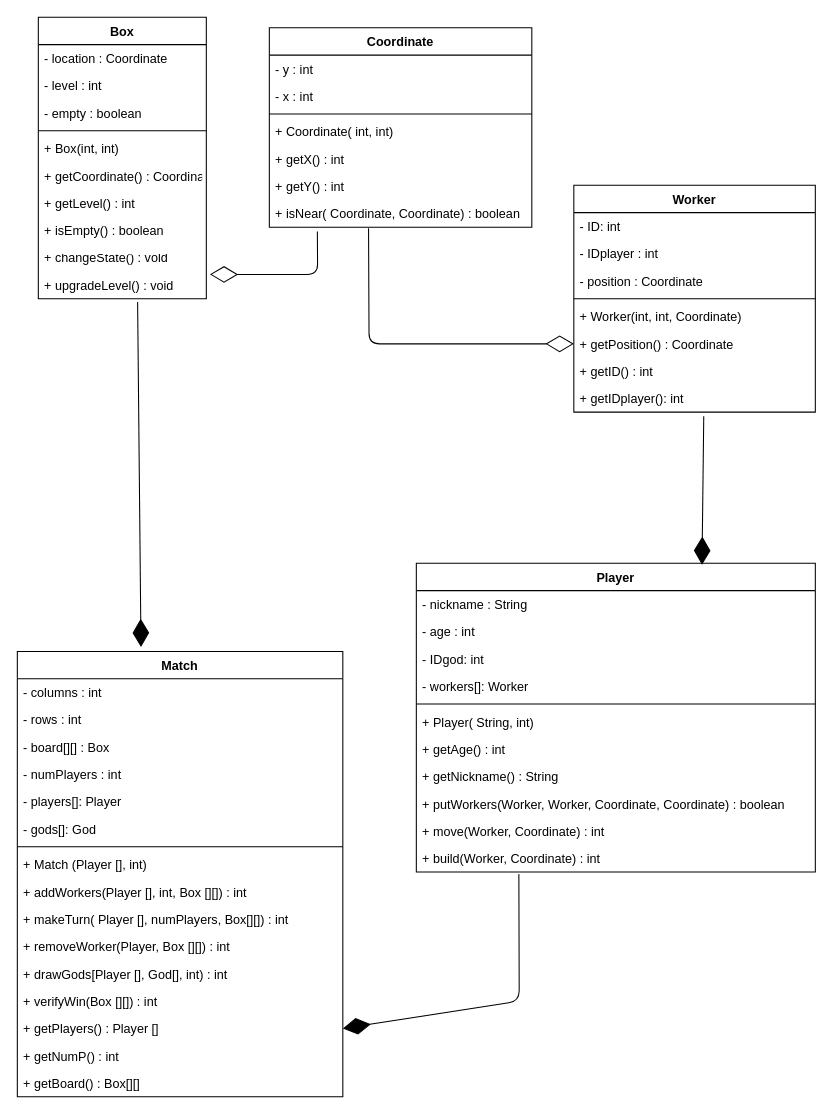
Earlier version of the draw.io diagram UMLproject.drawio (MancoCarlo/MultiplayerGame_Santorini). Source tidied: cells renumbered, new cells numbered last; positions are measured from the earlier drawing's top-left corner, leaving out a move shared by most shapes. Both pictures are drawn from the tidied source at 105%, with x=0, y=0 at pixel (17, 17).
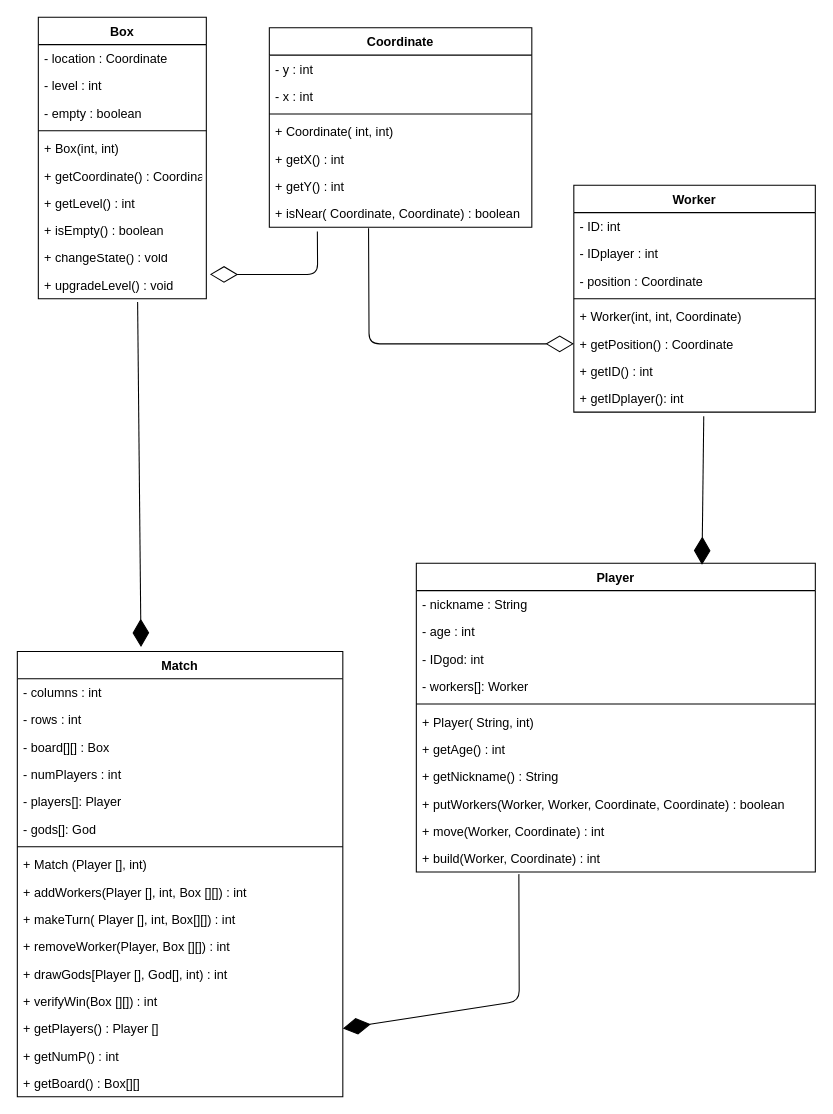
Above is the later version.

Commit message:
Update UML model

Unchanged cells that the change refers to:
```xml
<mxCell id="35" value="Match" style="swimlane;fontStyle=1;align=center;verticalAlign=top;horizontal=1;startSize=26;fillColor=none;" parent="1" vertex="1">
  <mxGeometry y="604" width="310" height="424" as="geometry" />
</mxCell>
```

Diff of the diagram source:
```diff
@@
-    <mxCell id="45" value="+ makeTurn( Player [], numPlayers, Box[][]) : int  " style="text;strokeColor=none;fillColor=none;align=left;verticalAlign=top;spacingLeft=4;spacingRight=4;overflow=hidden;" parent="35" vertex="1">
+    <mxCell id="45" value="+ makeTurn( Player [], int, Box[][]) : int  " style="text;strokeColor=none;fillColor=none;align=left;verticalAlign=top;spacingLeft=4;spacingRight=4;overflow=hidden;" parent="35" vertex="1">
       <mxGeometry y="242" width="310" height="26" as="geometry" />
     </mxCell>
```
